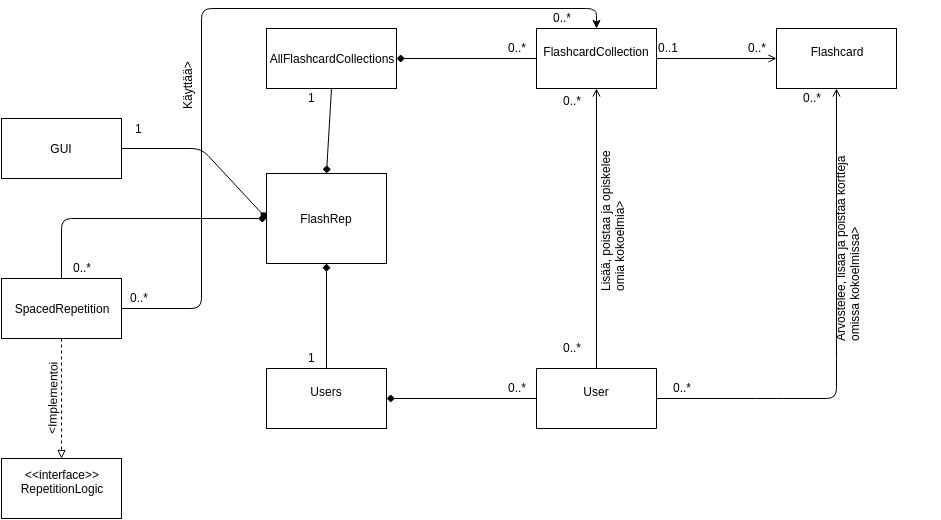
Above: dokumentaatio/MaarittelyvaiheenLuokkakaavio.png in RIR/FlashRep (draw.io), before the change. Source tidied: cells renumbered, new cells last; positions are measured from the earlier drawing's top-left corner, leaving out a move shared by most shapes.
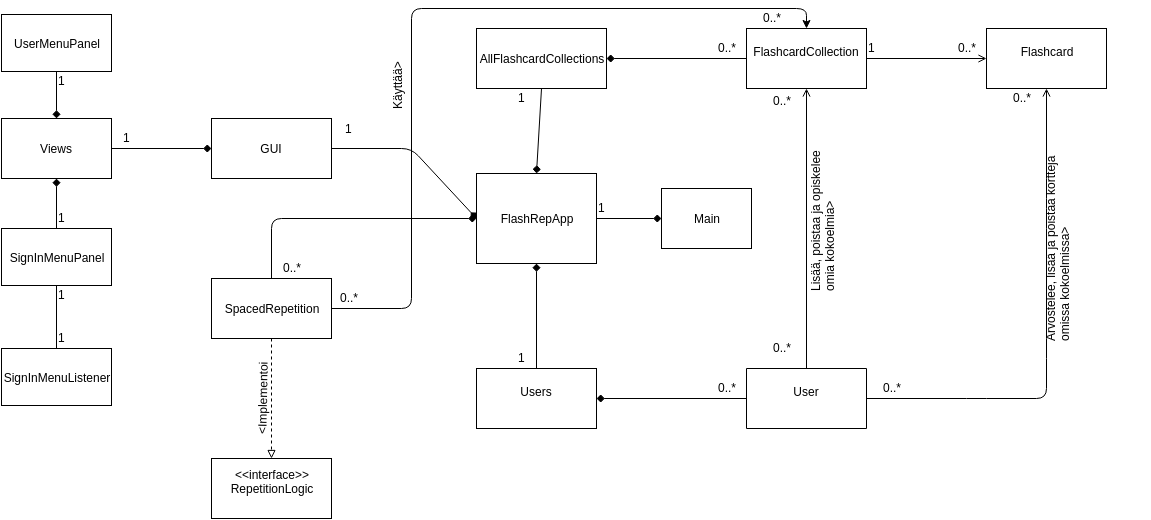
Above is the later version.

Commit message:
pit ja checkstyle päivitetty. Pitin kattavuus huono koska guita ei testattu, luokkakaaviota päivitetty

The edit, as a diff of the source:
```diff
@@ -60,8 +60,8 @@
     <mxCell id="14" value="0..*" style="text;html=1;align=left;verticalAlign=top;spacingTop=-4;" parent="1" vertex="1">
       <mxGeometry x="505" y="30" width="30" height="20" as="geometry" />
     </mxCell>
-    <mxCell id="15" value="0..1" style="text;html=1;align=left;verticalAlign=top;spacingTop=-4;" parent="1" vertex="1">
-      <mxGeometry x="655" y="30" width="40" height="20" as="geometry" />
+    <mxCell id="15" value="1" style="text;html=1;align=left;verticalAlign=top;spacingTop=-4;" parent="1" vertex="1">
+      <mxGeometry x="655" y="30" width="20" height="20" as="geometry" />
     </mxCell>
     <mxCell id="16" value="0..*" style="text;html=1;align=left;verticalAlign=top;spacingTop=-4;" parent="1" vertex="1">
       <mxGeometry x="745" y="30" width="30" height="20" as="geometry" />
@@ -103,7 +103,7 @@
         </Array>
       </mxGeometry>
     </mxCell>
-    <mxCell id="26" value="FlashRep" style="whiteSpace=wrap;html=1;" parent="1" vertex="1">
+    <mxCell id="26" value="FlashRepApp" style="whiteSpace=wrap;html=1;" parent="1" vertex="1">
       <mxGeometry x="265" y="165" width="120" height="90" as="geometry" />
     </mxCell>
     <mxCell id="27" value="1" style="text;html=1;align=left;verticalAlign=top;spacingTop=-4;rotation=0;" parent="1" vertex="1">
@@ -112,6 +112,9 @@
     <mxCell id="28" value="1&lt;div&gt;&lt;br&gt;&lt;/div&gt;" style="text;html=1;align=left;verticalAlign=top;spacingTop=-4;rotation=0;" parent="1" vertex="1">
       <mxGeometry x="305" y="80" width="20" height="30" as="geometry" />
     </mxCell>
+    <mxCell id="42" style="edgeStyle=none;html=1;exitX=0;exitY=0.5;entryX=1;entryY=0.5;startArrow=diamond;startFill=1;endArrow=none;endFill=0;strokeColor=#000000;" parent="1" edge="1" source="29" target="43">
+      <mxGeometry relative="1" as="geometry" />
+    </mxCell>
     <mxCell id="29" value="GUI" style="whiteSpace=wrap;html=1;" parent="1" vertex="1">
       <mxGeometry y="110" width="120" height="60" as="geometry" />
     </mxCell>
@@ -153,5 +156,50 @@
     <mxCell id="41" value="0..*" style="text;html=1;align=left;verticalAlign=top;spacingTop=-4;" parent="1" vertex="1">
       <mxGeometry x="560" y="83" width="30" height="20" as="geometry" />
     </mxCell>
+    <mxCell id="43" value="Views" style="whiteSpace=wrap;html=1;" parent="1" vertex="1">
+      <mxGeometry x="-210" y="110" width="110" height="60" as="geometry" />
+    </mxCell>
+    <mxCell id="44" value="SignInMenuPanel" style="whiteSpace=wrap;html=1;" parent="1" vertex="1">
+      <mxGeometry x="-210" y="220" width="110" height="57" as="geometry" />
+    </mxCell>
+    <mxCell id="45" value="UserMenuPanel" style="whiteSpace=wrap;html=1;" parent="1" vertex="1">
+      <mxGeometry x="-210" y="6" width="110" height="57" as="geometry" />
+    </mxCell>
+    <mxCell id="46" style="edgeStyle=none;html=1;exitX=0.5;exitY=0;entryX=0.5;entryY=1;startArrow=none;startFill=0;endArrow=none;endFill=0;strokeColor=#000000;" parent="1" edge="1" source="47" target="44">
+      <mxGeometry relative="1" as="geometry" />
+    </mxCell>
+    <mxCell id="47" value="SignInMenuListener" style="whiteSpace=wrap;html=1;" parent="1" vertex="1">
+      <mxGeometry x="-210" y="340" width="110" height="57" as="geometry" />
+    </mxCell>
+    <mxCell id="48" style="edgeStyle=none;html=1;exitX=0.5;exitY=0;entryX=0.5;entryY=1;startArrow=diamond;startFill=1;endArrow=none;endFill=0;strokeColor=#000000;" parent="1" edge="1" source="43" target="45">
+      <mxGeometry relative="1" as="geometry" />
+    </mxCell>
+    <mxCell id="49" style="edgeStyle=none;html=1;exitX=0.5;exitY=1;entryX=0.5;entryY=0;startArrow=diamond;startFill=1;endArrow=none;endFill=0;strokeColor=#000000;" parent="1" edge="1" source="43" target="44">
+      <mxGeometry relative="1" as="geometry" />
+    </mxCell>
+    <mxCell id="50" value="1" style="text;html=1;align=left;verticalAlign=top;spacingTop=-4;" parent="1" vertex="1">
+      <mxGeometry x="-90" y="120" width="20" height="20" as="geometry" />
+    </mxCell>
+    <mxCell id="51" value="1" style="text;html=1;align=left;verticalAlign=top;spacingTop=-4;" parent="1" vertex="1">
+      <mxGeometry x="-155" y="200" width="20" height="20" as="geometry" />
+    </mxCell>
+    <mxCell id="52" value="1" style="text;html=1;align=left;verticalAlign=top;spacingTop=-4;" parent="1" vertex="1">
+      <mxGeometry x="-155" y="63" width="20" height="20" as="geometry" />
+    </mxCell>
+    <mxCell id="53" value="1" style="text;html=1;align=left;verticalAlign=top;spacingTop=-4;" parent="1" vertex="1">
+      <mxGeometry x="-155" y="277" width="20" height="20" as="geometry" />
+    </mxCell>
+    <mxCell id="54" value="1" style="text;html=1;align=left;verticalAlign=top;spacingTop=-4;" parent="1" vertex="1">
+      <mxGeometry x="-155" y="320" width="20" height="20" as="geometry" />
+    </mxCell>
+    <mxCell id="55" style="edgeStyle=none;html=1;exitX=0;exitY=0.5;entryX=1;entryY=0.5;startArrow=diamond;startFill=1;endArrow=none;endFill=0;strokeColor=#000000;" parent="1" edge="1" source="56" target="26">
+      <mxGeometry relative="1" as="geometry" />
+    </mxCell>
+    <mxCell id="56" value="Main" style="whiteSpace=wrap;html=1;" parent="1" vertex="1">
+      <mxGeometry x="450" y="180" width="90" height="60" as="geometry" />
+    </mxCell>
+    <mxCell id="57" value="1" style="text;html=1;align=left;verticalAlign=top;spacingTop=-4;rotation=0;" parent="1" vertex="1">
+      <mxGeometry x="385" y="190" width="20" height="20" as="geometry" />
+    </mxCell>
   </root>
 </mxGraphModel>
```
